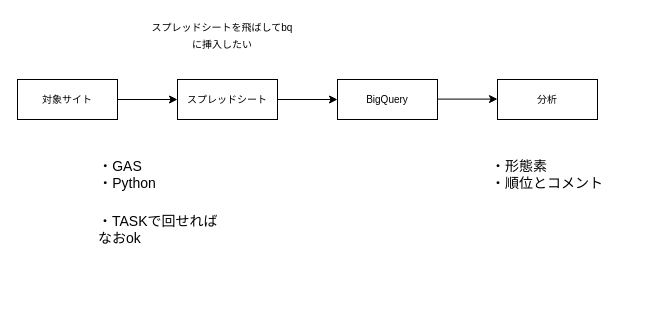
Above: baseball_analytics/sample.drawio in Mya-mori/working (draw.io), before the change. Source tidied: cells renumbered, new cells numbered last; positions are measured from the earlier drawing's top-left corner, leaving out a move shared by most shapes. Both pictures are drawn from the tidied source at 100%, with x=0, y=0 at pixel (17, 19).
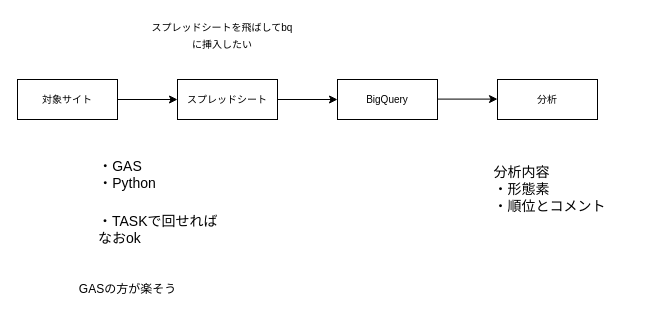
After the change.

Diff of the diagram source:
```diff
@@
 <mxGraphModel>
   <root>
     <mxCell id="0" />
     <mxCell id="1" parent="0" />
     <mxCell id="2" value="&lt;font size=&quot;1&quot;&gt;対象サイト&lt;br&gt;&lt;/font&gt;" style="rounded=0;whiteSpace=wrap;html=1;" parent="1" vertex="1">
       <mxGeometry y="60" width="100" height="40" as="geometry" />
     </mxCell>
     <mxCell id="3" style="endArrow=classic;html=1;fontSize=18;" parent="1" edge="1">
       <mxGeometry relative="1" as="geometry">
         <mxPoint x="100" y="80" as="sourcePoint" />
         <mxPoint x="160" y="80" as="targetPoint" />
       </mxGeometry>
     </mxCell>
     <mxCell id="4" value="&lt;font size=&quot;1&quot;&gt;スプレッドシート&lt;br&gt;&lt;/font&gt;" style="rounded=0;whiteSpace=wrap;html=1;" parent="1" vertex="1">
       <mxGeometry x="160" y="60" width="100" height="40" as="geometry" />
     </mxCell>
     <mxCell id="5" style="endArrow=classic;html=1;fontSize=18;" parent="1" edge="1">
       <mxGeometry relative="1" as="geometry">
         <mxPoint x="260" y="80" as="sourcePoint" />
         <mxPoint x="320" y="80" as="targetPoint" />
       </mxGeometry>
     </mxCell>
     <mxCell id="6" value="&lt;font size=&quot;1&quot;&gt;BigQuery&lt;br&gt;&lt;/font&gt;" style="rounded=0;whiteSpace=wrap;html=1;" parent="1" vertex="1">
       <mxGeometry x="320" y="60" width="100" height="40" as="geometry" />
     </mxCell>
     <mxCell id="7" style="endArrow=classic;html=1;fontSize=18;" parent="1" edge="1">
       <mxGeometry relative="1" as="geometry">
         <mxPoint x="420" y="79.6" as="sourcePoint" />
         <mxPoint x="480" y="79.6" as="targetPoint" />
       </mxGeometry>
     </mxCell>
     <mxCell id="8" value="&lt;font size=&quot;1&quot;&gt;分析&lt;br&gt;&lt;/font&gt;" style="rounded=0;whiteSpace=wrap;html=1;" parent="1" vertex="1">
       <mxGeometry x="480" y="60" width="100" height="40" as="geometry" />
     </mxCell>
     <mxCell id="9" value="&lt;div style=&quot;text-align: left&quot;&gt;&lt;span&gt;・GAS&lt;/span&gt;&lt;/div&gt;&lt;div style=&quot;text-align: left&quot;&gt;&lt;span&gt;・Python&lt;/span&gt;&lt;/div&gt;" style="text;html=1;strokeColor=none;fillColor=none;align=center;verticalAlign=middle;whiteSpace=wrap;rounded=0;fontSize=14;" parent="1" vertex="1">
       <mxGeometry x="70" y="140" width="80" height="30" as="geometry" />
     </mxCell>
     <mxCell id="10" value="&lt;font style=&quot;font-size: 10px&quot;&gt;スプレッドシートを飛ばしてbqに挿入したい&lt;/font&gt;" style="text;html=1;strokeColor=none;fillColor=none;align=center;verticalAlign=middle;whiteSpace=wrap;rounded=0;fontSize=14;" parent="1" vertex="1">
       <mxGeometry x="130" width="150" height="30" as="geometry" />
     </mxCell>
-    <mxCell id="11" value="&lt;div style=&quot;text-align: left&quot;&gt;&lt;span&gt;・形態素&lt;/span&gt;&lt;/div&gt;&lt;div style=&quot;text-align: left&quot;&gt;&lt;span&gt;・順位とコメント&lt;/span&gt;&lt;/div&gt;" style="text;html=1;strokeColor=none;fillColor=none;align=center;verticalAlign=middle;whiteSpace=wrap;rounded=0;fontSize=14;" parent="1" vertex="1">
-      <mxGeometry x="455" y="140" width="150" height="30" as="geometry" />
+    <mxCell id="11" value="&lt;div style=&quot;text-align: left&quot;&gt;&lt;span&gt;分析内容&lt;/span&gt;&lt;/div&gt;&lt;div style=&quot;text-align: left&quot;&gt;&lt;span&gt;・形態素&lt;/span&gt;&lt;/div&gt;&lt;div style=&quot;text-align: left&quot;&gt;&lt;span&gt;・順位とコメント&lt;/span&gt;&lt;/div&gt;" style="text;html=1;strokeColor=none;fillColor=none;align=center;verticalAlign=middle;whiteSpace=wrap;rounded=0;fontSize=14;" parent="1" vertex="1">
+      <mxGeometry x="455" y="140" width="155" height="60" as="geometry" />
     </mxCell>
     <mxCell id="12" value="&lt;div style=&quot;text-align: left&quot;&gt;&lt;span&gt;・TASKで回せればなおok&lt;/span&gt;&lt;/div&gt;" style="text;html=1;strokeColor=none;fillColor=none;align=center;verticalAlign=middle;whiteSpace=wrap;rounded=0;fontSize=14;" parent="1" vertex="1">
       <mxGeometry x="80" y="200" width="130" height="20" as="geometry" />
     </mxCell>
+    <mxCell id="13" value="GASの方が楽そう" style="text;html=1;align=center;verticalAlign=middle;strokeColor=none;fillColor=none;" parent="1" vertex="1">
+      <mxGeometry x="55" y="260" width="110" height="20" as="geometry" />
+    </mxCell>
   </root>
 </mxGraphModel>
```
